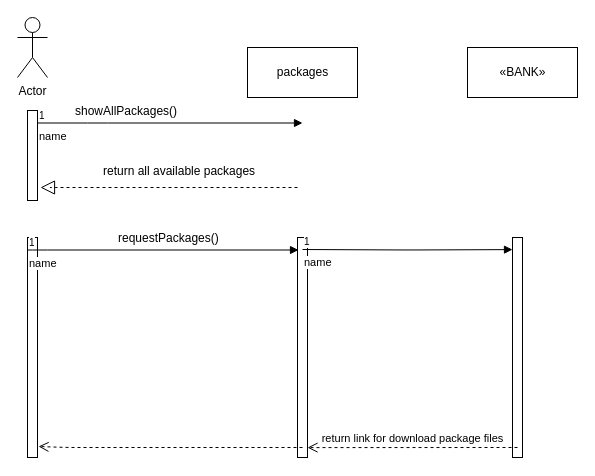
Before: Behavioral Modeling/buyPackageSequenceDiagram.drawio in mmohajer9/sama-online-coaching-system, a draw.io diagram. Source tidied: cells renumbered, new cells numbered last; positions are measured from the earlier drawing's top-left corner, leaving out a move shared by most shapes. Both pictures are drawn from the tidied source at 100%, with x=0, y=0 at pixel (17, 17).
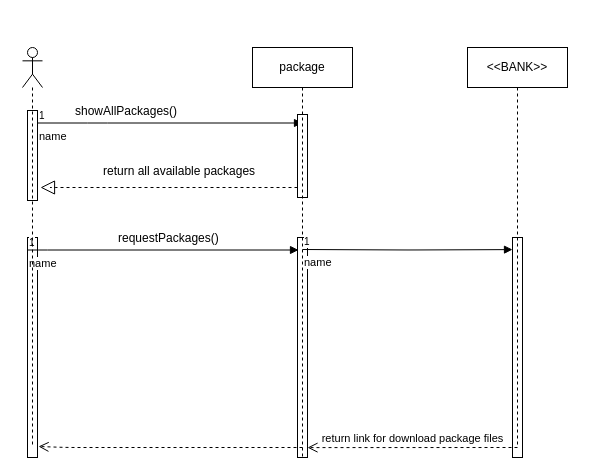
The same page after the edit.

Diff of the diagram source:
```diff
@@
-    <mxCell id="2" value="Actor" style="shape=umlActor;verticalLabelPosition=bottom;labelBackgroundColor=#ffffff;verticalAlign=top;html=1;" parent="1" vertex="1">
-      <mxGeometry width="30" height="60" as="geometry" />
-    </mxCell>
@@
-    <mxCell id="17" value="packages" style="html=1;" parent="1" vertex="1">
-      <mxGeometry x="230" y="30" width="110" height="50" as="geometry" />
-    </mxCell>
-    <mxCell id="18" value="«BANK»" style="html=1;" parent="1" vertex="1">
-      <mxGeometry x="450" y="30" width="110" height="50" as="geometry" />
-    </mxCell>
@@
+    <mxCell id="21" style="html=1;perimeter=orthogonalPerimeter;" parent="1" vertex="1">
+      <mxGeometry x="280" y="97" width="10" height="83" as="geometry" />
+    </mxCell>
+    <mxCell id="22" value="package" style="shape=umlLifeline;perimeter=lifelinePerimeter;whiteSpace=wrap;html=1;" parent="1" vertex="1">
+      <mxGeometry x="235" y="30" width="100" height="410" as="geometry" />
+    </mxCell>
+    <mxCell id="23" value="&amp;lt;&amp;lt;BANK&amp;gt;&amp;gt;" style="shape=umlLifeline;perimeter=lifelinePerimeter;whiteSpace=wrap;html=1;" parent="1" vertex="1">
+      <mxGeometry x="450" y="30" width="100" height="400" as="geometry" />
+    </mxCell>
+    <mxCell id="24" style="shape=umlLifeline;participant=umlActor;perimeter=lifelinePerimeter;whiteSpace=wrap;html=1;verticalAlign=top;spacingTop=36;labelBackgroundColor=#ffffff;" parent="1" vertex="1">
+      <mxGeometry x="5" y="30" width="20" height="400" as="geometry" />
+    </mxCell>
```
